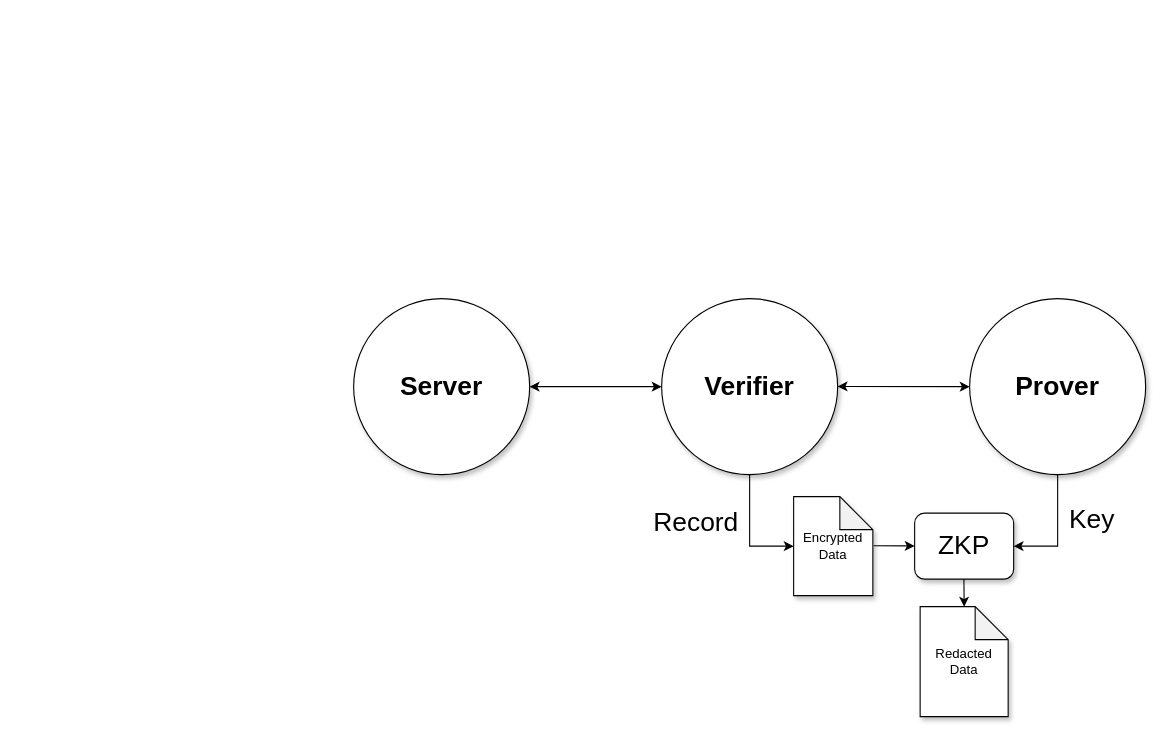
Before: page "Proxy mode" (4 of 4) of blogs/202309/diagrams.drawio in tlsnotary/docs-mdbook, a draw.io diagram. Source tidied: cells renumbered, new cells numbered last; positions are measured from the earlier drawing's top-left corner, leaving out a move shared by most shapes. Both pictures are drawn from the tidied source at 110%, with x=0, y=0 at pixel (353, 298).
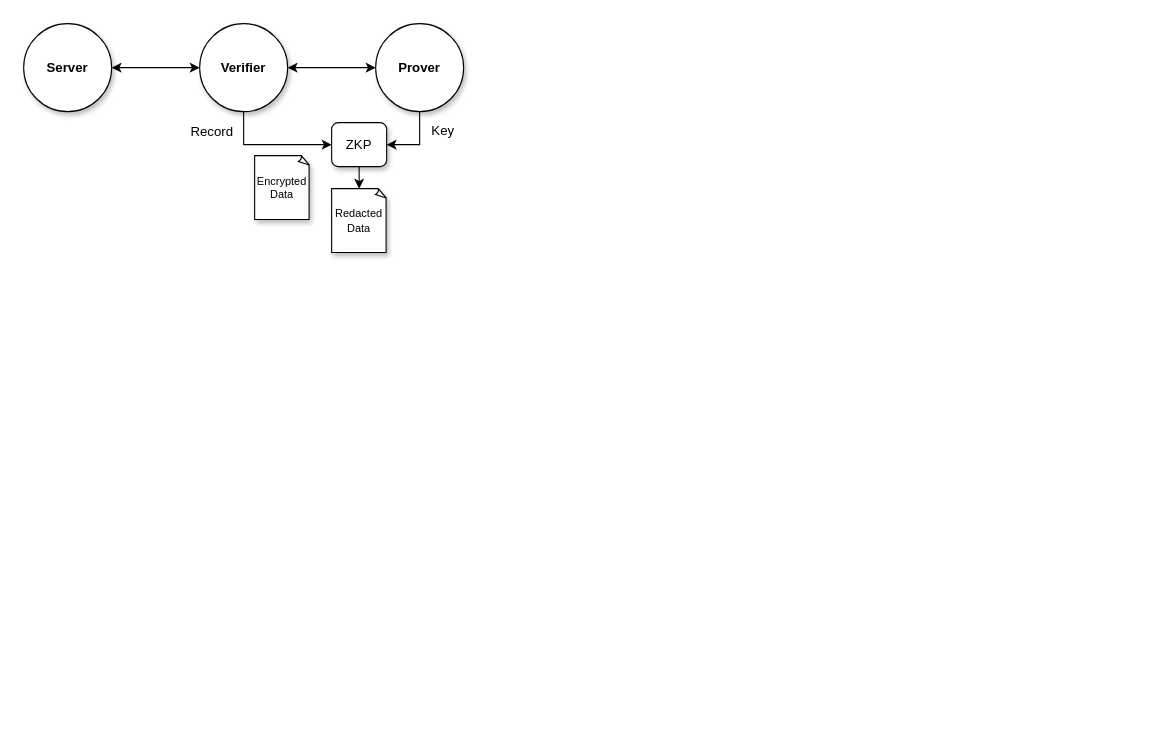
Above is the later version.

The edit, as a diff of the source:
```diff
@@
-    <mxCell id="2" value="&lt;font style=&quot;font-size: 24px;&quot;&gt;Server&lt;/font&gt;" style="ellipse;whiteSpace=wrap;html=1;fontStyle=1;fontFamily=Helvetica;shadow=1;" parent="1" vertex="1">
-      <mxGeometry width="160" height="160" as="geometry" />
-    </mxCell>
-    <mxCell id="3" style="endArrow=classic;startArrow=classic;html=1;rounded=0;fontSize=14;entryX=0;entryY=0.5;entryDx=0;entryDy=0;exitX=1;exitY=0.5;exitDx=0;exitDy=0;" parent="1" edge="1" source="2" target="8">
-      <mxGeometry relative="1" as="geometry" />
-    </mxCell>
-    <mxCell id="4" style="endArrow=classic;startArrow=classic;html=1;rounded=0;entryX=0;entryY=0.5;entryDx=0;entryDy=0;" parent="1" edge="1" target="11">
-      <mxGeometry relative="1" as="geometry">
-        <mxPoint x="440" y="79.8" as="sourcePoint" />
-      </mxGeometry>
-    </mxCell>
-    <mxCell id="5" value="Encrypted&lt;br&gt;Data" style="shape=note;whiteSpace=wrap;html=1;backgroundOutline=1;darkOpacity=0.05;shadow=1;" parent="1" vertex="1">
-      <mxGeometry x="400" y="180" width="72" height="90" as="geometry" />
-    </mxCell>
-    <mxCell id="6" style="edgeStyle=orthogonalEdgeStyle;rounded=0;jettySize=auto;html=1;entryX=0;entryY=0.5;entryDx=0;entryDy=0;entryPerimeter=0;fontFamily=Helvetica;fontSize=24;" parent="1" edge="1" source="8" target="5">
-      <mxGeometry relative="1" as="geometry" />
-    </mxCell>
+    <mxCell id="16" style="edgeStyle=orthogonalEdgeStyle;html=1;exitX=0.5;exitY=1;exitDx=0;exitDy=0;entryX=0;entryY=0.5;entryDx=0;entryDy=0;fontSize=12;rounded=0;" parent="1" edge="1" source="8" target="12">
+      <mxGeometry relative="1" as="geometry" />
+    </mxCell>
-    <mxCell id="7" value="Record" style="edgeLabel;html=1;align=center;verticalAlign=middle;fontSize=24;fontFamily=Helvetica;" parent="6" vertex="1">
-      <mxGeometry x="-0.44" y="1" relative="1" as="geometry">
-        <mxPoint x="-51" y="14" as="offset" />
+    <mxCell id="7" value="Record" style="edgeLabel;html=1;align=center;verticalAlign=middle;fontSize=12;" parent="16" vertex="1">
+      <mxGeometry x="-0.48" relative="1" as="geometry">
+        <mxPoint x="-30" y="-11" as="offset" />
       </mxGeometry>
     </mxCell>
-    <mxCell id="8" value="&lt;font style=&quot;font-size: 24px;&quot;&gt;Verifier&lt;/font&gt;" style="ellipse;whiteSpace=wrap;html=1;fontStyle=1;fontFamily=Helvetica;shadow=1;" parent="1" vertex="1">
-      <mxGeometry x="280" width="160" height="160" as="geometry" />
+    <mxCell id="8" value="Verifier" style="ellipse;whiteSpace=wrap;html=1;shadow=1;fontStyle=1;" parent="1" vertex="1">
+      <mxGeometry x="-140" y="-250" width="80" height="80" as="geometry" />
     </mxCell>
+    <mxCell id="2" value="Server" style="ellipse;whiteSpace=wrap;html=1;shadow=1;fontStyle=1;" parent="1" vertex="1">
+      <mxGeometry x="-300" y="-250" width="80" height="80" as="geometry" />
+    </mxCell>
-    <mxCell id="9" style="edgeStyle=orthogonalEdgeStyle;rounded=0;jettySize=auto;html=1;entryX=1;entryY=0.5;entryDx=0;entryDy=0;fontFamily=Helvetica;fontSize=24;" parent="1" edge="1" source="11" target="12">
-      <mxGeometry relative="1" as="geometry">
-        <Array as="points">
-          <mxPoint x="640" y="225" />
-        </Array>
-      </mxGeometry>
+    <mxCell id="9" style="edgeStyle=orthogonalEdgeStyle;html=1;exitX=0.5;exitY=1;exitDx=0;exitDy=0;entryX=1;entryY=0.5;entryDx=0;entryDy=0;fontSize=12;rounded=0;" parent="1" edge="1" source="11" target="12">
+      <mxGeometry relative="1" as="geometry" />
     </mxCell>
-    <mxCell id="10" value="Key" style="edgeLabel;html=1;align=center;verticalAlign=middle;fontSize=24;fontFamily=Helvetica;" parent="9" vertex="1">
-      <mxGeometry x="-0.45" relative="1" as="geometry">
-        <mxPoint x="30" y="11" as="offset" />
+    <mxCell id="10" value="Key" style="edgeLabel;html=1;align=center;verticalAlign=middle;fontSize=12;" parent="9" vertex="1">
+      <mxGeometry x="-0.49" relative="1" as="geometry">
+        <mxPoint x="20" y="2" as="offset" />
       </mxGeometry>
     </mxCell>
-    <mxCell id="11" value="&lt;font style=&quot;font-size: 24px;&quot;&gt;Prover&lt;/font&gt;" style="ellipse;whiteSpace=wrap;html=1;fontStyle=1;fontFamily=Helvetica;shadow=1;" parent="1" vertex="1">
-      <mxGeometry x="560" width="160" height="160" as="geometry" />
+    <mxCell id="11" value="Prover" style="ellipse;whiteSpace=wrap;html=1;shadow=1;fontStyle=1;" parent="1" vertex="1">
+      <mxGeometry x="20" y="-250" width="80" height="80" as="geometry" />
     </mxCell>
+    <mxCell id="17" style="endArrow=classic;startArrow=classic;html=1;rounded=0;entryX=0;entryY=0.5;entryDx=0;entryDy=0;" parent="1" edge="1" target="8">
+      <mxGeometry relative="1" as="geometry">
+        <mxPoint x="-220" y="-210" as="sourcePoint" />
+      </mxGeometry>
+    </mxCell>
+    <mxCell id="18" style="endArrow=classic;startArrow=classic;html=1;rounded=0;entryX=0;entryY=0.5;entryDx=0;entryDy=0;exitX=1;exitY=0.5;exitDx=0;exitDy=0;" parent="1" edge="1" source="8" target="11">
+      <mxGeometry relative="1" as="geometry" />
+    </mxCell>
+    <mxCell id="5" value="Encrypted Data" style="whiteSpace=wrap;html=1;shape=mxgraph.basic.document;fontSize=10;shadow=1;" parent="1" vertex="1">
+      <mxGeometry x="-90" y="-130" width="50" height="58" as="geometry" />
+    </mxCell>
+    <mxCell id="15" value="&lt;font style=&quot;font-size: 10px;&quot;&gt;Redacted Data&lt;/font&gt;" style="whiteSpace=wrap;html=1;shape=mxgraph.basic.document;fontSize=11;shadow=1;" parent="1" vertex="1">
+      <mxGeometry x="-20" y="-100" width="50" height="58" as="geometry" />
+    </mxCell>
+    <mxCell id="19" style="edgeStyle=orthogonalEdgeStyle;rounded=0;html=1;exitX=0.5;exitY=1;exitDx=0;exitDy=0;entryX=0.5;entryY=0;entryDx=0;entryDy=0;entryPerimeter=0;fontSize=12;" parent="1" edge="1" source="12" target="15">
+      <mxGeometry relative="1" as="geometry" />
+    </mxCell>
-    <mxCell id="12" value="ZKP" style="rounded=1;whiteSpace=wrap;html=1;fontFamily=Helvetica;fontSize=24;shadow=1;" parent="1" vertex="1">
-      <mxGeometry x="510" y="195" width="90" height="60" as="geometry" />
+    <mxCell id="12" value="&lt;font style=&quot;font-size: 12px;&quot;&gt;ZKP&lt;/font&gt;" style="rounded=1;whiteSpace=wrap;html=1;fontSize=10;shadow=1;" parent="1" vertex="1">
+      <mxGeometry x="-20" y="-160" width="50" height="40" as="geometry" />
     </mxCell>
-    <mxCell id="13" style="endArrow=classic;html=1;rounded=0;fontFamily=Helvetica;fontSize=24;exitX=1.011;exitY=0.496;exitDx=0;exitDy=0;exitPerimeter=0;" parent="1" edge="1" source="5">
-      <mxGeometry relative="1" as="geometry">
-        <mxPoint x="510" y="224.8" as="targetPoint" />
-      </mxGeometry>
-    </mxCell>
-    <mxCell id="14" style="endArrow=classic;html=1;rounded=0;fontFamily=Helvetica;fontSize=24;" parent="1" edge="1">
-      <mxGeometry relative="1" as="geometry">
-        <mxPoint x="554.8" y="255" as="sourcePoint" />
-        <mxPoint x="555" y="280" as="targetPoint" />
-      </mxGeometry>
-    </mxCell>
-    <mxCell id="15" value="Redacted&lt;br&gt;Data" style="shape=note;whiteSpace=wrap;html=1;backgroundOutline=1;darkOpacity=0.05;shadow=1;" parent="1" vertex="1">
-      <mxGeometry x="515" y="280" width="80" height="100" as="geometry" />
-    </mxCell>
```
